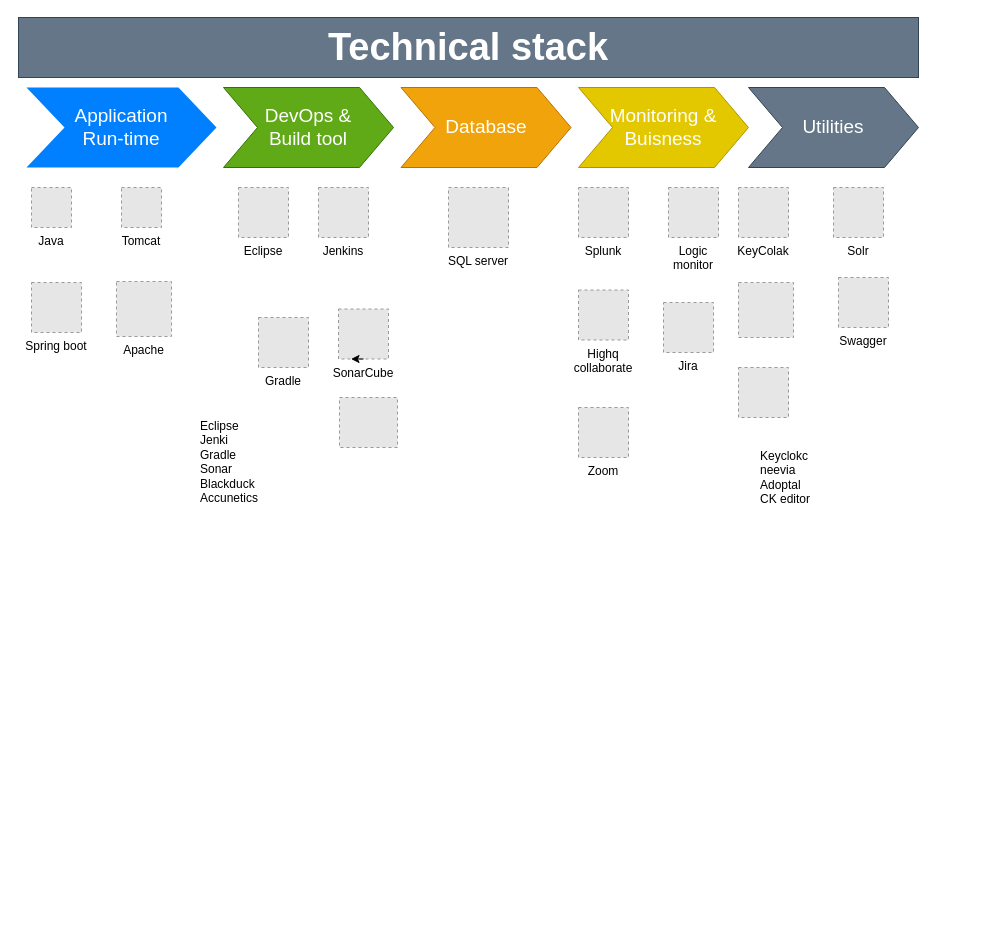
The draw.io diagram Untitled Diagram.drawio in rvpatel83mca/config, before the edit. Source tidied: cells renumbered, new cells numbered last; positions are measured from the earlier drawing's top-left corner, leaving out a move shared by most shapes. Both pictures are drawn from the tidied source at 100%, with x=0, y=0 at pixel (18, 17). Pictures stored in the file or linked from it are replaced by grey dashed boxes.
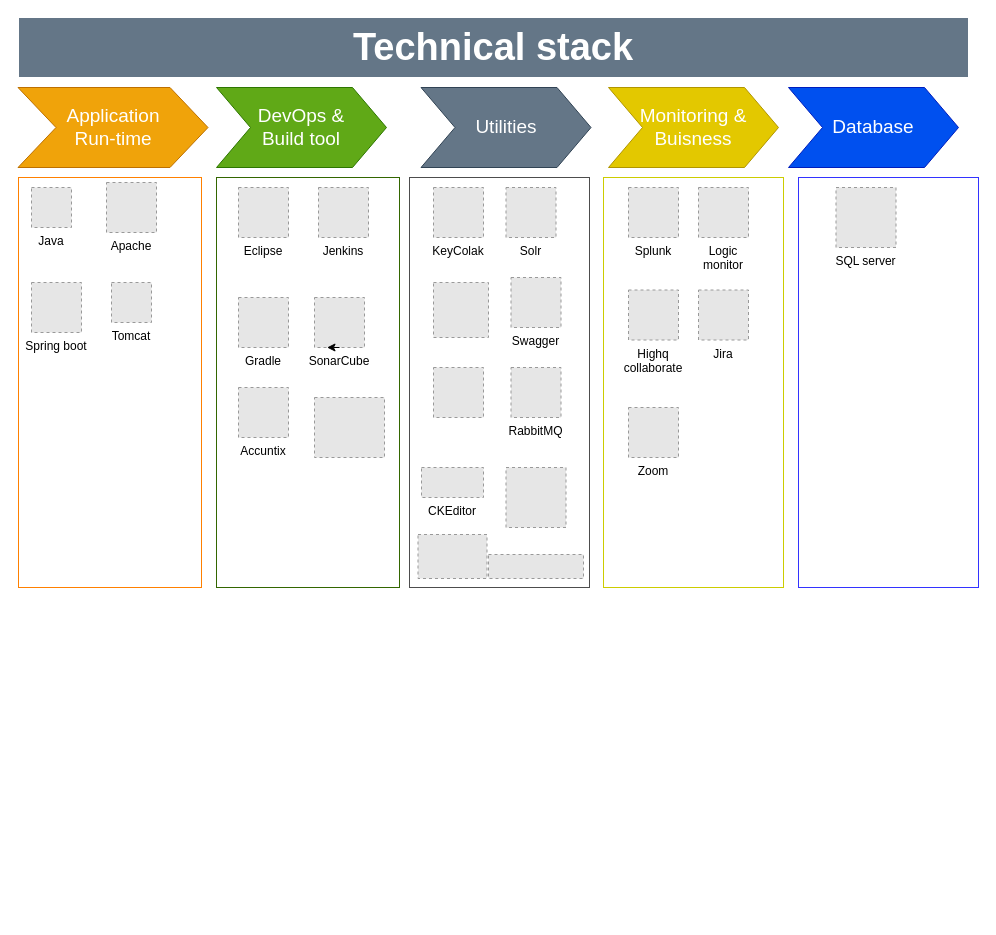
After the change.

Diff of the diagram source:
```diff
@@
+    <mxCell id="31" style="rounded=0;whiteSpace=wrap;html=1;labelBackgroundColor=#ffffff;fontSize=38;fontColor=#66B2FF;strokeColor=#3333FF;" parent="1" vertex="1">
+      <mxGeometry x="780" y="160" width="180" height="410" as="geometry" />
+    </mxCell>
+    <mxCell id="32" style="rounded=0;whiteSpace=wrap;html=1;labelBackgroundColor=#ffffff;fontSize=38;fontColor=#66B2FF;strokeColor=#CCCC00;" parent="1" vertex="1">
+      <mxGeometry x="585" y="160" width="180" height="410" as="geometry" />
+    </mxCell>
+    <mxCell id="33" style="rounded=0;whiteSpace=wrap;html=1;labelBackgroundColor=#ffffff;fontSize=38;fontColor=#66B2FF;strokeColor=#4D4D4D;" parent="1" vertex="1">
+      <mxGeometry x="391" y="160" width="180" height="410" as="geometry" />
+    </mxCell>
+    <mxCell id="34" style="rounded=0;whiteSpace=wrap;html=1;labelBackgroundColor=#ffffff;fontSize=38;fontColor=#66B2FF;strokeColor=#336600;" parent="1" vertex="1">
+      <mxGeometry x="198" y="160" width="183" height="410" as="geometry" />
+    </mxCell>
+    <mxCell id="35" style="rounded=0;whiteSpace=wrap;html=1;labelBackgroundColor=#ffffff;fontSize=38;fontColor=#66B2FF;strokeColor=#FF8000;" parent="1" vertex="1">
+      <mxGeometry y="160" width="183" height="410" as="geometry" />
+    </mxCell>
-    <mxCell id="2" value="Application &lt;br&gt;Run-time" style="shape=step;whiteSpace=wrap;html=1;fontSize=19;fillColor=#0080FF;fontColor=#FFFFFF;strokeColor=none;" parent="1" vertex="1">
-      <mxGeometry x="8" y="70" width="190" height="80" as="geometry" />
+    <mxCell id="2" value="Application &lt;br&gt;Run-time" style="shape=step;whiteSpace=wrap;html=1;fontSize=19;fillColor=#f0a30a;fontColor=#ffffff;strokeColor=#BD7000;" parent="1" vertex="1">
+      <mxGeometry x="-0.5" y="70" width="190" height="80" as="geometry" />
     </mxCell>
-    <mxCell id="3" value="Database" style="shape=step;whiteSpace=wrap;html=1;fontSize=19;fillColor=#f0a30a;strokeColor=#BD7000;fontColor=#ffffff;" parent="1" vertex="1">
-      <mxGeometry x="382.5" y="70" width="170" height="80" as="geometry" />
+    <mxCell id="3" value="Database" style="shape=step;whiteSpace=wrap;html=1;fontSize=19;fillColor=#0050ef;strokeColor=#001DBC;fontColor=#ffffff;" parent="1" vertex="1">
+      <mxGeometry x="770" y="70" width="170" height="80" as="geometry" />
     </mxCell>
     <mxCell id="4" value="DevOps &amp;amp; &lt;br&gt;Build tool" style="shape=step;whiteSpace=wrap;html=1;fontSize=19;fillColor=#60a917;strokeColor=#2D7600;fontColor=#ffffff;" parent="1" vertex="1">
-      <mxGeometry x="205" y="70" width="170" height="80" as="geometry" />
+      <mxGeometry x="198" y="70" width="170" height="80" as="geometry" />
     </mxCell>
     <mxCell id="5" value="Monitoring &amp;amp; Buisness" style="shape=step;whiteSpace=wrap;html=1;fontSize=19;fillColor=#e3c800;fontColor=#ffffff;strokeColor=#B09500;" parent="1" vertex="1">
-      <mxGeometry x="560" y="70" width="170" height="80" as="geometry" />
+      <mxGeometry x="590" y="70" width="170" height="80" as="geometry" />
     </mxCell>
     <mxCell id="6" value="Utilities" style="shape=step;whiteSpace=wrap;html=1;fontSize=19;fillColor=#647687;fontColor=#ffffff;strokeColor=#314354;" parent="1" vertex="1">
-      <mxGeometry x="730" y="70" width="170" height="80" as="geometry" />
+      <mxGeometry x="402.5" y="70" width="170" height="80" as="geometry" />
     </mxCell>
-    <mxCell id="7" value="Technical stack" style="text;html=1;strokeColor=#314354;fillColor=#647687;align=center;verticalAlign=middle;whiteSpace=wrap;fontSize=38;fontStyle=1;fontColor=#ffffff;" parent="1" vertex="1">
-      <mxGeometry width="900" height="60" as="geometry" />
+    <mxCell id="7" value="Technical stack" style="text;html=1;strokeColor=#FFFFFF;fillColor=#647687;align=center;verticalAlign=middle;whiteSpace=wrap;fontSize=38;fontStyle=1;fontColor=#ffffff;" parent="1" vertex="1">
+      <mxGeometry width="950" height="60" as="geometry" />
     </mxCell>
-    <mxCell id="8" value="Eclipse&lt;br&gt;Jenki&lt;br&gt;Gradle&lt;br&gt;Sonar&lt;br&gt;Blackduck&lt;br&gt;Accunetics&lt;br&gt;&lt;br&gt;&lt;br&gt;" style="text;spacingTop=-5;fillColor=#ffffff;whiteSpace=wrap;html=1;align=left;fontSize=12;fontFamily=Helvetica;fillColor=none;strokeColor=none;" parent="1" vertex="1">
-      <mxGeometry x="180" y="400" width="140" height="470" as="geometry" />
-    </mxCell>
-    <mxCell id="9" value="Keyclokc&lt;br&gt;neevia&lt;br&gt;Adoptal&lt;br&gt;CK editor&lt;br&gt;&lt;br&gt;" style="text;spacingTop=-5;fillColor=#ffffff;whiteSpace=wrap;html=1;align=left;fontSize=12;fontFamily=Helvetica;fillColor=none;strokeColor=none;" parent="1" vertex="1">
-      <mxGeometry x="740" y="430" width="140" height="470" as="geometry" />
-    </mxCell>
@@
     <mxCell id="11" value="Tomcat" style="fillColor=#E6E6E6;strokeColor=#999999;dashed=1;verticalLabelPosition=bottom;labelBackgroundColor=#ffffff;verticalAlign=top;" parent="1" vertex="1">
-      <mxGeometry x="103" y="170" width="40" height="40" as="geometry" />
+      <mxGeometry x="93" y="265" width="40" height="40" as="geometry" />
     </mxCell>
     <mxCell id="12" value="KeyColak" style="fillColor=#E6E6E6;strokeColor=#999999;dashed=1;verticalLabelPosition=bottom;labelBackgroundColor=#ffffff;verticalAlign=top;" parent="1" vertex="1">
-      <mxGeometry x="720" y="170" width="50" height="50" as="geometry" />
+      <mxGeometry x="415" y="170" width="50" height="50" as="geometry" />
     </mxCell>
@@
     <mxCell id="14" value="Apache" style="fillColor=#E6E6E6;strokeColor=#999999;dashed=1;verticalLabelPosition=bottom;labelBackgroundColor=#ffffff;verticalAlign=top;" parent="1" vertex="1">
-      <mxGeometry x="98" y="264" width="55" height="55" as="geometry" />
+      <mxGeometry x="88" y="165" width="50" height="50" as="geometry" />
     </mxCell>
     <mxCell id="15" value="Solr" style="fillColor=#E6E6E6;strokeColor=#999999;dashed=1;verticalLabelPosition=bottom;labelBackgroundColor=#ffffff;verticalAlign=top;" parent="1" vertex="1">
-      <mxGeometry x="815" y="170" width="50" height="50" as="geometry" />
+      <mxGeometry x="487.5" y="170" width="50" height="50" as="geometry" />
     </mxCell>
     <mxCell id="16" style="fillColor=#E6E6E6;strokeColor=#999999;dashed=1;verticalLabelPosition=bottom;labelBackgroundColor=#ffffff;verticalAlign=top;" parent="1" vertex="1">
-      <mxGeometry x="720" y="265" width="55" height="55" as="geometry" />
+      <mxGeometry x="415" y="265" width="55" height="55" as="geometry" />
     </mxCell>
     <mxCell id="17" value="Swagger" style="fillColor=#E6E6E6;strokeColor=#999999;dashed=1;verticalLabelPosition=bottom;labelBackgroundColor=#ffffff;verticalAlign=top;" parent="1" vertex="1">
-      <mxGeometry x="820" y="260" width="50" height="50" as="geometry" />
+      <mxGeometry x="492.5" y="260" width="50" height="50" as="geometry" />
     </mxCell>
     <mxCell id="18" style="fillColor=#E6E6E6;strokeColor=#999999;dashed=1;verticalLabelPosition=bottom;labelBackgroundColor=#ffffff;verticalAlign=top;" parent="1" vertex="1">
-      <mxGeometry x="720" y="350" width="50" height="50" as="geometry" />
+      <mxGeometry x="415" y="350" width="50" height="50" as="geometry" />
     </mxCell>
     <mxCell id="19" value="Splunk" style="fillColor=#E6E6E6;strokeColor=#999999;dashed=1;verticalLabelPosition=bottom;labelBackgroundColor=#ffffff;verticalAlign=top;" parent="1" vertex="1">
-      <mxGeometry x="560" y="170" width="50" height="50" as="geometry" />
+      <mxGeometry x="610" y="170" width="50" height="50" as="geometry" />
     </mxCell>
     <mxCell id="20" value="Logic &#10;monitor" style="fillColor=#E6E6E6;strokeColor=#999999;dashed=1;verticalLabelPosition=bottom;labelBackgroundColor=#ffffff;verticalAlign=top;" parent="1" vertex="1">
-      <mxGeometry x="650" y="170" width="50" height="50" as="geometry" />
+      <mxGeometry x="680" y="170" width="50" height="50" as="geometry" />
     </mxCell>
     <mxCell id="21" value="Highq &#10;collaborate" style="fillColor=#E6E6E6;strokeColor=#999999;dashed=1;verticalLabelPosition=bottom;labelBackgroundColor=#ffffff;verticalAlign=top;" parent="1" vertex="1">
-      <mxGeometry x="560" y="272.5" width="50" height="50" as="geometry" />
+      <mxGeometry x="610" y="272.5" width="50" height="50" as="geometry" />
     </mxCell>
     <mxCell id="22" value="Jira" style="fillColor=#E6E6E6;strokeColor=#999999;dashed=1;verticalLabelPosition=bottom;labelBackgroundColor=#ffffff;verticalAlign=top;" parent="1" vertex="1">
-      <mxGeometry x="645" y="285" width="50" height="50" as="geometry" />
+      <mxGeometry x="680" y="272.5" width="50" height="50" as="geometry" />
     </mxCell>
     <mxCell id="23" value="Zoom" style="fillColor=#E6E6E6;strokeColor=#999999;dashed=1;verticalLabelPosition=bottom;labelBackgroundColor=#ffffff;verticalAlign=top;" parent="1" vertex="1">
-      <mxGeometry x="560" y="390" width="50" height="50" as="geometry" />
+      <mxGeometry x="610" y="390" width="50" height="50" as="geometry" />
     </mxCell>
     <mxCell id="24" value="SQL server" style="fillColor=#E6E6E6;strokeColor=#999999;dashed=1;verticalLabelPosition=bottom;labelBackgroundColor=#ffffff;verticalAlign=top;" parent="1" vertex="1">
-      <mxGeometry x="430" y="170" width="60" height="60" as="geometry" />
+      <mxGeometry x="817.5" y="170" width="60" height="60" as="geometry" />
     </mxCell>
@@
     <mxCell id="27" value="Gradle" style="fillColor=#E6E6E6;strokeColor=#999999;dashed=1;verticalLabelPosition=bottom;labelBackgroundColor=#ffffff;verticalAlign=top;" parent="1" vertex="1">
-      <mxGeometry x="240" y="300" width="50" height="50" as="geometry" />
+      <mxGeometry x="220" y="280" width="50" height="50" as="geometry" />
     </mxCell>
     <mxCell id="28" value="SonarCube" style="fillColor=#E6E6E6;strokeColor=#999999;dashed=1;verticalLabelPosition=bottom;labelBackgroundColor=#ffffff;verticalAlign=top;" parent="1" vertex="1">
-      <mxGeometry x="320" y="291.5" width="50" height="50" as="geometry" />
+      <mxGeometry x="296" y="280" width="50" height="50" as="geometry" />
     </mxCell>
     <mxCell id="29" style="fillColor=#E6E6E6;strokeColor=#999999;dashed=1;verticalLabelPosition=bottom;labelBackgroundColor=#ffffff;verticalAlign=top;" parent="1" vertex="1">
-      <mxGeometry x="321" y="380" width="58" height="50" as="geometry" />
+      <mxGeometry x="296" y="380" width="70" height="60" as="geometry" />
     </mxCell>
@@
+    <mxCell id="36" value="Accuntix" style="fillColor=#E6E6E6;strokeColor=#999999;dashed=1;verticalLabelPosition=bottom;labelBackgroundColor=#ffffff;verticalAlign=top;" parent="1" vertex="1">
+      <mxGeometry x="220" y="370" width="50" height="50" as="geometry" />
+    </mxCell>
+    <mxCell id="37" value="RabbitMQ" style="fillColor=#E6E6E6;strokeColor=#999999;dashed=1;verticalLabelPosition=bottom;labelBackgroundColor=#ffffff;verticalAlign=top;" parent="1" vertex="1">
+      <mxGeometry x="492.5" y="350" width="50" height="50" as="geometry" />
+    </mxCell>
+    <mxCell id="38" value="CKEditor" style="fillColor=#E6E6E6;strokeColor=#999999;dashed=1;verticalLabelPosition=bottom;labelBackgroundColor=#ffffff;verticalAlign=top;" parent="1" vertex="1">
+      <mxGeometry x="403" y="450" width="62" height="30" as="geometry" />
+    </mxCell>
+    <mxCell id="39" style="fillColor=#E6E6E6;strokeColor=#999999;dashed=1;verticalLabelPosition=bottom;labelBackgroundColor=#ffffff;verticalAlign=top;" parent="1" vertex="1">
+      <mxGeometry x="487.5" y="450" width="60" height="60" as="geometry" />
+    </mxCell>
+    <mxCell id="40" style="fillColor=#E6E6E6;strokeColor=#999999;dashed=1;verticalLabelPosition=bottom;labelBackgroundColor=#ffffff;verticalAlign=top;" parent="1" vertex="1">
+      <mxGeometry x="399.5" y="517" width="69" height="44" as="geometry" />
+    </mxCell>
+    <mxCell id="41" style="fillColor=#E6E6E6;strokeColor=#999999;dashed=1;verticalLabelPosition=bottom;labelBackgroundColor=#ffffff;verticalAlign=top;" parent="1" vertex="1">
+      <mxGeometry x="470" y="537" width="95" height="24" as="geometry" />
+    </mxCell>
```
